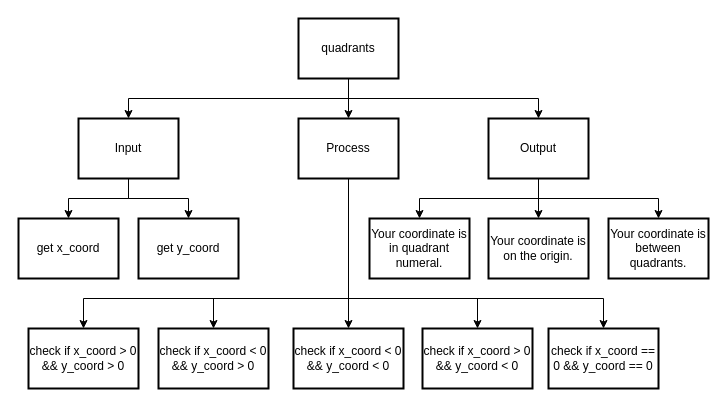
Before: drawio/topDownDesign/topDownDesign.drawio in Aidan-Lalonde-Novales/ICS3U-Assignment4-Python, a draw.io diagram. Source tidied: cells renumbered, new cells numbered last; positions are measured from the earlier drawing's top-left corner, leaving out a move shared by most shapes. Both pictures are drawn from the tidied source at 100%, with x=0, y=0 at pixel (18, 18).
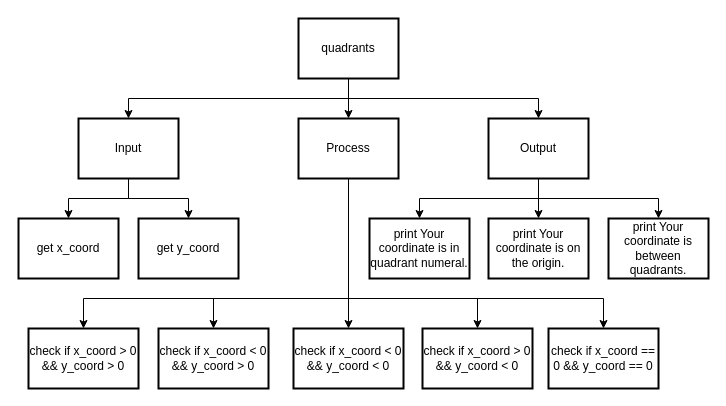
After the change.

Change to the diagram source:
```diff
@@
-    <mxCell id="20" value="Your coordinate is in quadrant numeral." style="rounded=0;whiteSpace=wrap;html=1;absoluteArcSize=1;arcSize=14;strokeWidth=2;" parent="1" vertex="1">
+    <mxCell id="20" value="print Your coordinate is in quadrant numeral." style="rounded=0;whiteSpace=wrap;html=1;absoluteArcSize=1;arcSize=14;strokeWidth=2;" parent="1" vertex="1">
       <mxGeometry x="351" y="200" width="100" height="60" as="geometry" />
     </mxCell>
@@
-    <mxCell id="27" value="Your coordinate is on the origin." style="rounded=0;whiteSpace=wrap;html=1;absoluteArcSize=1;arcSize=14;strokeWidth=2;" parent="1" vertex="1">
+    <mxCell id="27" value="print Your coordinate is on the origin." style="rounded=0;whiteSpace=wrap;html=1;absoluteArcSize=1;arcSize=14;strokeWidth=2;" parent="1" vertex="1">
       <mxGeometry x="470" y="200" width="100" height="60" as="geometry" />
     </mxCell>
-    <mxCell id="28" value="Your coordinate is between quadrants." style="rounded=0;whiteSpace=wrap;html=1;absoluteArcSize=1;arcSize=14;strokeWidth=2;" parent="1" vertex="1">
+    <mxCell id="28" value="print Your coordinate is between quadrants." style="rounded=0;whiteSpace=wrap;html=1;absoluteArcSize=1;arcSize=14;strokeWidth=2;" parent="1" vertex="1">
       <mxGeometry x="590" y="200" width="100" height="60" as="geometry" />
     </mxCell>
```
